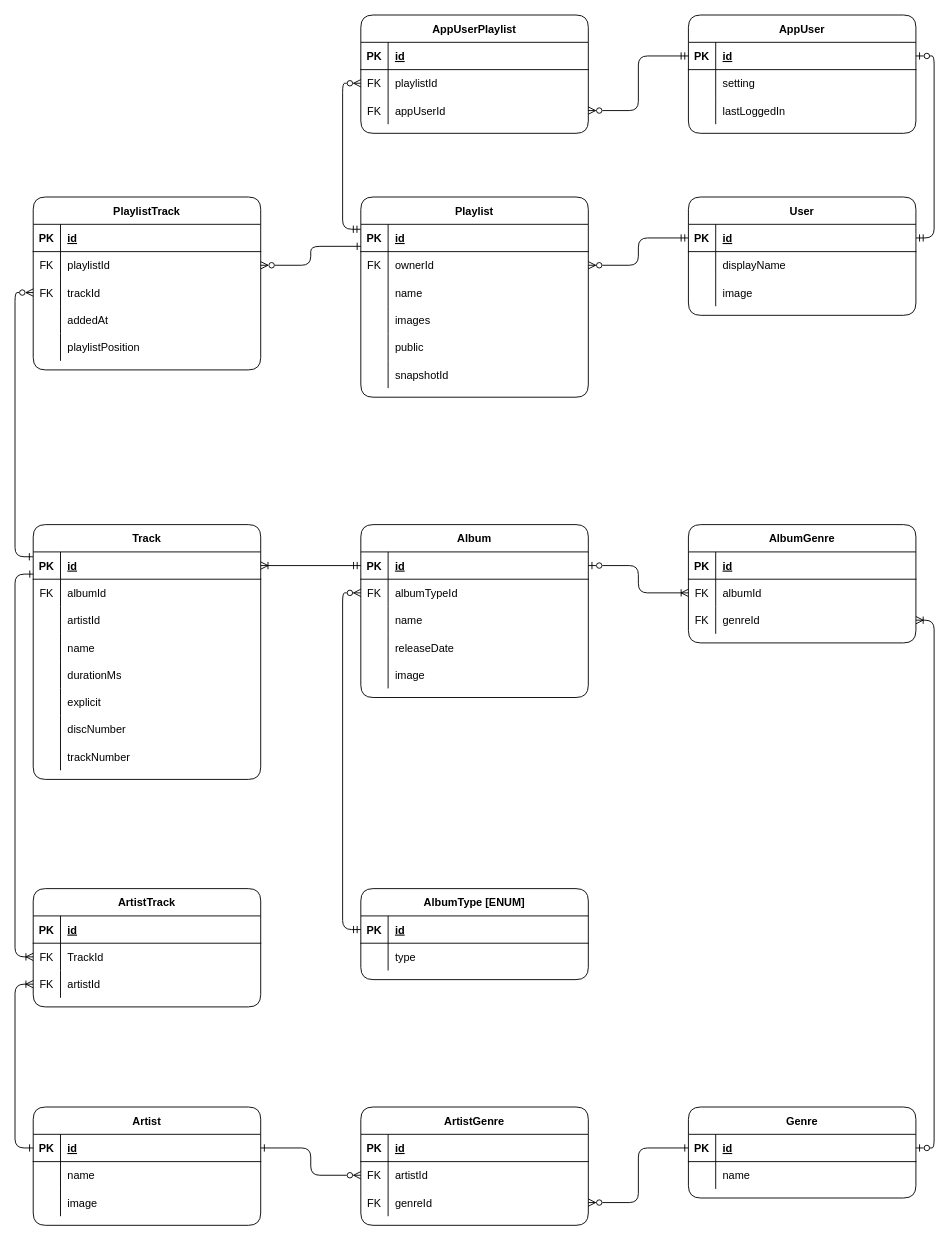
The draw.io diagram ERD.drawio in MrDrummer/SpotifyPlaylistGenerator, before the edit. Source tidied: cells renumbered, new cells numbered last; positions are measured from the earlier drawing's top-left corner, leaving out a move shared by most shapes. Both pictures are drawn from the tidied source at 91%, with x=0, y=0 at pixel (15, 15).
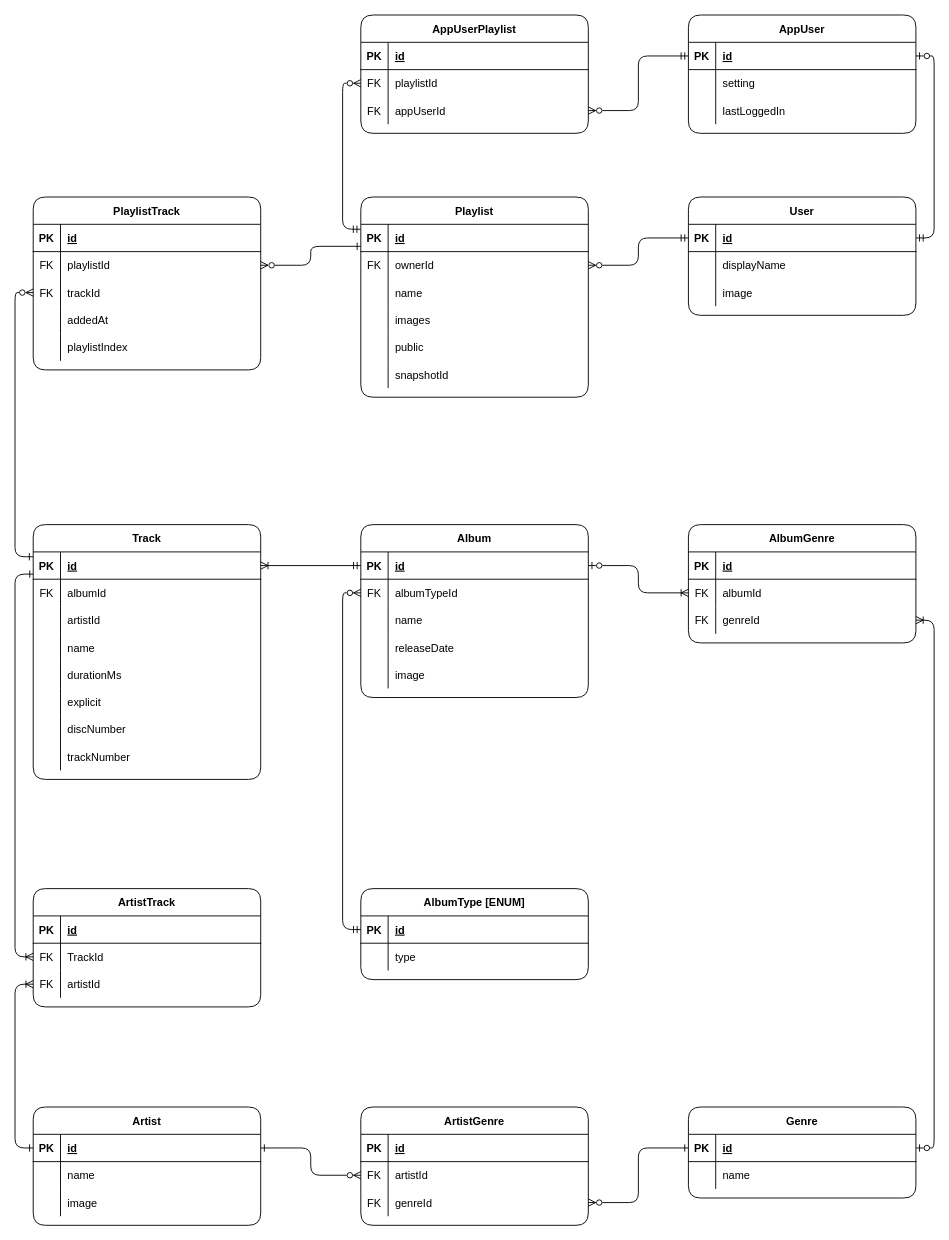
After the change.

The change refers to these unchanged cells:
```xml
<mxCell id="148" style="shape=partialRectangle;fillColor=none;top=0;left=0;right=0;bottom=0;rounded=1;" parent="135" vertex="1">
  <mxGeometry y="150" width="250" height="30" as="geometry" />
</mxCell>
```

What changed in the source:
```diff
@@
-    <mxCell id="150" value="playlistPosition" style="shape=partialRectangle;overflow=hidden;fillColor=none;top=0;left=0;bottom=0;right=0;align=left;spacingLeft=6;rounded=1;" parent="148" vertex="1">
+    <mxCell id="150" value="playlistIndex" style="shape=partialRectangle;overflow=hidden;fillColor=none;top=0;left=0;bottom=0;right=0;align=left;spacingLeft=6;rounded=1;" parent="148" vertex="1">
       <mxGeometry x="30" width="220" height="30" as="geometry" />
     </mxCell>
```
